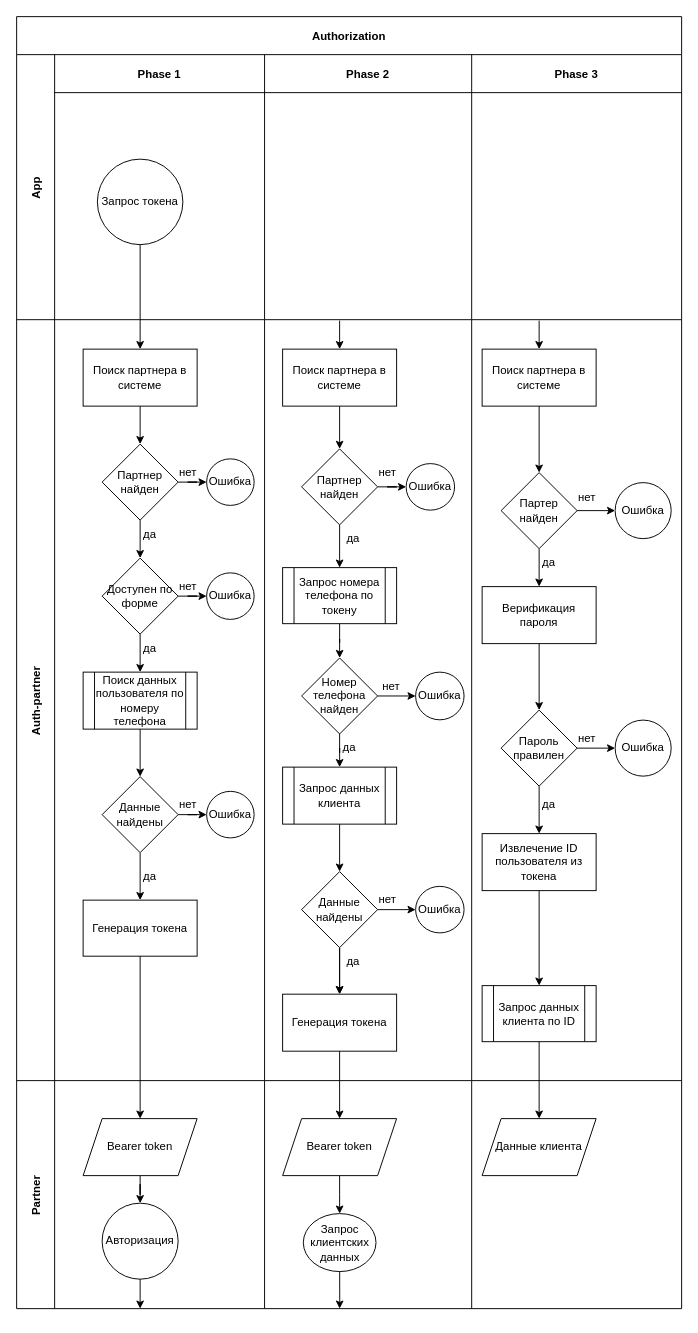
Before: page "Page-2" (2 of 2) of src/Диаграмма без названия.drawio in aesenbekova8/Algorithms, a draw.io diagram. Source tidied: cells renumbered, new cells numbered last; positions are measured from the earlier drawing's top-left corner, leaving out a move shared by most shapes. Both pictures are drawn from the tidied source at 95%, with x=0, y=0 at pixel (16, 16).
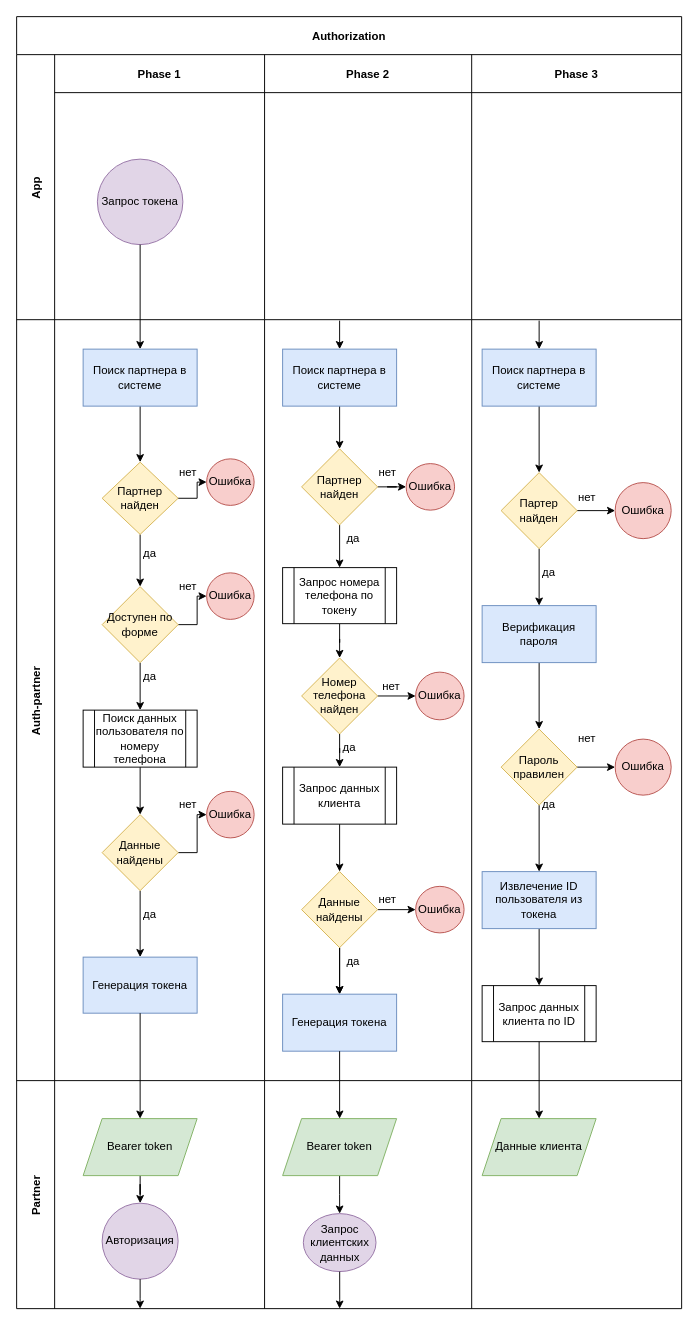
Above is the later version.

Unchanged cells that the change refers to:
```xml
<mxCell id="4" value="Phase 1" style="swimlane;swimlaneHead=0;swimlaneBody=0;fontStyle=0;fillColor=none;startSize=40;fontStyle=1;" parent="3" vertex="1">
  <mxGeometry x="40" width="221" height="279" as="geometry" />
</mxCell>
<mxCell id="9" style="swimlane;swimlaneHead=0;swimlaneBody=0;fontStyle=0;fillColor=none;startSize=0;fontStyle=1;" parent="8" vertex="1">
  <mxGeometry x="40" width="221" height="801" as="geometry" />
</mxCell>
<mxCell id="30" style="swimlane;swimlaneHead=0;swimlaneBody=0;fontStyle=0;fillColor=none;startSize=0;fontStyle=1;" parent="8" vertex="1">
  <mxGeometry x="261" width="218" height="801" as="geometry" />
</mxCell>
<mxCell id="55" style="swimlane;swimlaneHead=0;swimlaneBody=0;fontStyle=0;fillColor=none;startSize=0;fontStyle=1;" parent="8" vertex="1">
  <mxGeometry x="479" width="221" height="801" as="geometry" />
</mxCell>
<mxCell id="73" value="Partner" style="shape=tableRow;horizontal=0;startSize=40;swimlaneHead=0;swimlaneBody=0;top=0;left=0;bottom=0;right=0;fillColor=none;fontStyle=1;" parent="2" vertex="1">
  <mxGeometry y="1120" width="700" height="240" as="geometry" />
</mxCell>
<mxCell id="78" style="swimlane;swimlaneHead=0;swimlaneBody=0;fontStyle=0;fillColor=none;startSize=0;fontStyle=1;" parent="73" vertex="1">
  <mxGeometry x="261" width="218" height="240" as="geometry" />
</mxCell>
<mxCell id="82" style="swimlane;swimlaneHead=0;swimlaneBody=0;fontStyle=0;fillColor=none;startSize=0;fontStyle=1;" parent="73" vertex="1">
  <mxGeometry x="479" width="221" height="240" as="geometry" />
</mxCell>
```

The edit, as a diff of the source:
```diff
@@
-    <mxCell id="5" value="Запрос токена" style="ellipse;whiteSpace=wrap;html=1;" parent="4" vertex="1">
+    <mxCell id="5" value="Запрос токена" style="ellipse;whiteSpace=wrap;html=1;fillColor=#e1d5e7;strokeColor=#9673a6;" parent="4" vertex="1">
       <mxGeometry x="45" y="110" width="90" height="90" as="geometry" />
     </mxCell>
@@
-    <mxCell id="11" value="Поиск партнера в системе" style="rounded=0;whiteSpace=wrap;html=1;" parent="9" vertex="1">
+    <mxCell id="11" value="Поиск партнера в системе" style="rounded=0;whiteSpace=wrap;html=1;fillColor=#dae8fc;strokeColor=#6c8ebf;" parent="9" vertex="1">
       <mxGeometry x="30" y="31" width="120" height="60" as="geometry" />
     </mxCell>
@@
-    <mxCell id="14" value="Партнер найден" style="rhombus;whiteSpace=wrap;html=1;rounded=0;" parent="9" vertex="1">
-      <mxGeometry x="50" y="131" width="80" height="80" as="geometry" />
+    <mxCell id="14" value="Партнер найден" style="rhombus;whiteSpace=wrap;html=1;rounded=0;fillColor=#fff2cc;strokeColor=#d6b656;" parent="9" vertex="1">
+      <mxGeometry x="50" y="150" width="80" height="76" as="geometry" />
     </mxCell>
-    <mxCell id="15" value="Ошибка" style="ellipse;whiteSpace=wrap;html=1;rounded=0;" parent="9" vertex="1">
+    <mxCell id="15" value="Ошибка" style="ellipse;whiteSpace=wrap;html=1;rounded=0;fillColor=#f8cecc;strokeColor=#b85450;" parent="9" vertex="1">
       <mxGeometry x="160" y="146.5" width="50" height="49" as="geometry" />
     </mxCell>
@@
-    <mxCell id="18" value="Доступен по форме" style="rhombus;whiteSpace=wrap;html=1;rounded=0;" parent="9" vertex="1">
-      <mxGeometry x="50" y="251" width="80" height="80" as="geometry" />
+    <mxCell id="18" value="Доступен по форме" style="rhombus;whiteSpace=wrap;html=1;rounded=0;fillColor=#fff2cc;strokeColor=#d6b656;" parent="9" vertex="1">
+      <mxGeometry x="50" y="281" width="80" height="80" as="geometry" />
     </mxCell>
-    <mxCell id="19" value="Ошибка" style="ellipse;whiteSpace=wrap;html=1;rounded=0;" parent="9" vertex="1">
+    <mxCell id="19" value="Ошибка" style="ellipse;whiteSpace=wrap;html=1;rounded=0;fillColor=#f8cecc;strokeColor=#b85450;" parent="9" vertex="1">
       <mxGeometry x="160" y="266.5" width="50" height="49" as="geometry" />
     </mxCell>
@@
     <mxCell id="21" value="Поиск данных пользователя по номеру телефона" style="shape=process;whiteSpace=wrap;html=1;backgroundOutline=1;rounded=0;" parent="9" vertex="1">
-      <mxGeometry x="30" y="371" width="120" height="60" as="geometry" />
+      <mxGeometry x="30" y="411" width="120" height="60" as="geometry" />
     </mxCell>
@@
-    <mxCell id="24" value="Данные найдены" style="rhombus;whiteSpace=wrap;html=1;rounded=0;" parent="9" vertex="1">
-      <mxGeometry x="50" y="481" width="80" height="80" as="geometry" />
+    <mxCell id="24" value="Данные найдены" style="rhombus;whiteSpace=wrap;html=1;rounded=0;fillColor=#fff2cc;strokeColor=#d6b656;" parent="9" vertex="1">
+      <mxGeometry x="50" y="521" width="80" height="80" as="geometry" />
     </mxCell>
-    <mxCell id="25" value="Ошибка" style="ellipse;whiteSpace=wrap;html=1;rounded=0;" parent="9" vertex="1">
+    <mxCell id="25" value="Ошибка" style="ellipse;whiteSpace=wrap;html=1;rounded=0;fillColor=#f8cecc;strokeColor=#b85450;" parent="9" vertex="1">
       <mxGeometry x="160" y="496.5" width="50" height="49" as="geometry" />
     </mxCell>
-    <mxCell id="26" value="Генерация токена" style="rounded=0;whiteSpace=wrap;html=1;" parent="9" vertex="1">
-      <mxGeometry x="30" y="611" width="120" height="59" as="geometry" />
+    <mxCell id="26" value="Генерация токена" style="rounded=0;whiteSpace=wrap;html=1;fillColor=#dae8fc;strokeColor=#6c8ebf;" parent="9" vertex="1">
+      <mxGeometry x="30" y="671" width="120" height="59" as="geometry" />
     </mxCell>
     <mxCell id="27" value="да" style="text;html=1;align=center;verticalAlign=middle;strokeColor=none;fillColor=none;" parent="9" vertex="1">
-      <mxGeometry x="80" y="331" width="40" height="30" as="geometry" />
+      <mxGeometry x="80" y="361" width="40" height="30" as="geometry" />
     </mxCell>
     <mxCell id="28" value="да" style="text;html=1;align=center;verticalAlign=middle;strokeColor=none;fillColor=none;" parent="9" vertex="1">
-      <mxGeometry x="80" y="211" width="40" height="30" as="geometry" />
+      <mxGeometry x="80" y="231" width="40" height="30" as="geometry" />
     </mxCell>
     <mxCell id="29" value="да" style="text;html=1;align=center;verticalAlign=middle;strokeColor=none;fillColor=none;" parent="9" vertex="1">
-      <mxGeometry x="80" y="571" width="40" height="30" as="geometry" />
+      <mxGeometry x="80" y="611" width="40" height="30" as="geometry" />
     </mxCell>
@@
-    <mxCell id="32" value="Поиск партнера в системе" style="whiteSpace=wrap;html=1;" parent="30" vertex="1">
+    <mxCell id="32" value="Поиск партнера в системе" style="whiteSpace=wrap;html=1;fillColor=#dae8fc;strokeColor=#6c8ebf;" parent="30" vertex="1">
       <mxGeometry x="19" y="31" width="120" height="60" as="geometry" />
     </mxCell>
@@
-    <mxCell id="35" value="Партнер найден" style="rhombus;whiteSpace=wrap;html=1;" parent="30" vertex="1">
+    <mxCell id="35" value="Партнер найден" style="rhombus;whiteSpace=wrap;html=1;fillColor=#fff2cc;strokeColor=#d6b656;" parent="30" vertex="1">
       <mxGeometry x="39" y="136" width="80" height="80" as="geometry" />
     </mxCell>
@@
-    <mxCell id="40" value="Номер телефона найден" style="rhombus;whiteSpace=wrap;html=1;" parent="30" vertex="1">
+    <mxCell id="40" value="Номер телефона найден" style="rhombus;whiteSpace=wrap;html=1;fillColor=#fff2cc;strokeColor=#d6b656;" parent="30" vertex="1">
       <mxGeometry x="39" y="356.1" width="80" height="80" as="geometry" />
     </mxCell>
@@
-    <mxCell id="46" value="Данные найдены" style="rhombus;whiteSpace=wrap;html=1;" parent="30" vertex="1">
+    <mxCell id="46" value="Данные найдены" style="rhombus;whiteSpace=wrap;html=1;fillColor=#fff2cc;strokeColor=#d6b656;" parent="30" vertex="1">
       <mxGeometry x="39" y="581" width="80" height="80" as="geometry" />
     </mxCell>
-    <mxCell id="47" value="Генерация токена" style="whiteSpace=wrap;html=1;" parent="30" vertex="1">
+    <mxCell id="47" value="Генерация токена" style="whiteSpace=wrap;html=1;fillColor=#dae8fc;strokeColor=#6c8ebf;" parent="30" vertex="1">
       <mxGeometry x="19" y="710" width="120" height="60" as="geometry" />
     </mxCell>
-    <mxCell id="48" value="Ошибка" style="ellipse;whiteSpace=wrap;html=1;" parent="30" vertex="1">
+    <mxCell id="48" value="Ошибка" style="ellipse;whiteSpace=wrap;html=1;fillColor=#f8cecc;strokeColor=#b85450;" parent="30" vertex="1">
       <mxGeometry x="149" y="151.5" width="51" height="49" as="geometry" />
     </mxCell>
-    <mxCell id="49" value="Ошибка" style="ellipse;whiteSpace=wrap;html=1;" parent="30" vertex="1">
+    <mxCell id="49" value="Ошибка" style="ellipse;whiteSpace=wrap;html=1;fillColor=#f8cecc;strokeColor=#b85450;" parent="30" vertex="1">
       <mxGeometry x="159" y="371" width="51" height="50.2" as="geometry" />
     </mxCell>
-    <mxCell id="50" value="Ошибка" style="ellipse;whiteSpace=wrap;html=1;" parent="30" vertex="1">
+    <mxCell id="50" value="Ошибка" style="ellipse;whiteSpace=wrap;html=1;fillColor=#f8cecc;strokeColor=#b85450;" parent="30" vertex="1">
       <mxGeometry x="159" y="596.5" width="51" height="49" as="geometry" />
     </mxCell>
@@
-    <mxCell id="57" value="Поиск партнера в системе" style="whiteSpace=wrap;html=1;" parent="55" vertex="1">
+    <mxCell id="57" value="Поиск партнера в системе" style="whiteSpace=wrap;html=1;fillColor=#dae8fc;strokeColor=#6c8ebf;" parent="55" vertex="1">
       <mxGeometry x="11" y="31" width="120" height="60" as="geometry" />
     </mxCell>
@@
-    <mxCell id="60" value="Партер найден" style="rhombus;whiteSpace=wrap;html=1;" parent="55" vertex="1">
+    <mxCell id="60" value="Партер найден" style="rhombus;whiteSpace=wrap;html=1;fillColor=#fff2cc;strokeColor=#d6b656;" parent="55" vertex="1">
       <mxGeometry x="31" y="161" width="80" height="80" as="geometry" />
     </mxCell>
@@
-    <mxCell id="62" value="Верификация пароля" style="whiteSpace=wrap;html=1;" parent="55" vertex="1">
-      <mxGeometry x="11" y="281" width="120" height="60" as="geometry" />
+    <mxCell id="62" value="Верификация пароля" style="whiteSpace=wrap;html=1;fillColor=#dae8fc;strokeColor=#6c8ebf;" parent="55" vertex="1">
+      <mxGeometry x="11" y="301" width="120" height="60" as="geometry" />
     </mxCell>
@@
-    <mxCell id="65" value="Пароль правилен" style="rhombus;whiteSpace=wrap;html=1;" parent="55" vertex="1">
-      <mxGeometry x="31" y="411" width="80" height="80" as="geometry" />
+    <mxCell id="65" value="Пароль правилен" style="rhombus;whiteSpace=wrap;html=1;fillColor=#fff2cc;strokeColor=#d6b656;" parent="55" vertex="1">
+      <mxGeometry x="31" y="431" width="80" height="80" as="geometry" />
     </mxCell>
@@
-    <mxCell id="67" value="Извлечение ID пользователя из токена" style="whiteSpace=wrap;html=1;" parent="55" vertex="1">
-      <mxGeometry x="11" y="541" width="120" height="60" as="geometry" />
+    <mxCell id="67" value="Извлечение ID пользователя из токена" style="whiteSpace=wrap;html=1;fillColor=#dae8fc;strokeColor=#6c8ebf;" parent="55" vertex="1">
+      <mxGeometry x="11" y="581" width="120" height="60" as="geometry" />
     </mxCell>
@@
-    <mxCell id="69" value="Ошибка" style="ellipse;whiteSpace=wrap;html=1;" parent="55" vertex="1">
+    <mxCell id="69" value="Ошибка" style="ellipse;whiteSpace=wrap;html=1;fillColor=#f8cecc;strokeColor=#b85450;" parent="55" vertex="1">
       <mxGeometry x="151" y="171.5" width="59" height="59" as="geometry" />
     </mxCell>
-    <mxCell id="70" value="Ошибка" style="ellipse;whiteSpace=wrap;html=1;" parent="55" vertex="1">
-      <mxGeometry x="151" y="421.5" width="59" height="59" as="geometry" />
+    <mxCell id="70" value="Ошибка" style="ellipse;whiteSpace=wrap;html=1;fillColor=#f8cecc;strokeColor=#b85450;" parent="55" vertex="1">
+      <mxGeometry x="151" y="441.5" width="59" height="59" as="geometry" />
     </mxCell>
@@
     <mxCell id="72" value="да" style="text;html=1;align=center;verticalAlign=middle;strokeColor=none;fillColor=none;" parent="55" vertex="1">
-      <mxGeometry x="61" y="241" width="40" height="30" as="geometry" />
+      <mxGeometry x="61" y="251" width="40" height="30" as="geometry" />
     </mxCell>
@@
-    <mxCell id="74" style="swimlane;swimlaneHead=0;swimlaneBody=0;fontStyle=0;fillColor=none;startSize=0;fontStyle=1;" parent="73" vertex="1">
+    <mxCell id="74" style="swimlane;swimlaneHead=0;swimlaneBody=0;fontStyle=0;fillColor=#d5e8d4;startSize=0;fontStyle=1;strokeColor=#82b366;" parent="73" vertex="1">
       <mxGeometry x="40" width="221" height="240" as="geometry" />
     </mxCell>
@@
-    <mxCell id="76" value="Bearer token" style="shape=parallelogram;perimeter=parallelogramPerimeter;whiteSpace=wrap;html=1;fixedSize=1;" parent="74" vertex="1">
+    <mxCell id="76" value="Bearer token" style="shape=parallelogram;perimeter=parallelogramPerimeter;whiteSpace=wrap;html=1;fixedSize=1;fillColor=#d5e8d4;strokeColor=#82b366;" parent="74" vertex="1">
       <mxGeometry x="30" y="40" width="120" height="60" as="geometry" />
     </mxCell>
-    <mxCell id="77" value="Авторизация" style="ellipse;whiteSpace=wrap;html=1;" parent="74" vertex="1">
+    <mxCell id="77" value="Авторизация" style="ellipse;whiteSpace=wrap;html=1;fillColor=#e1d5e7;strokeColor=#9673a6;" parent="74" vertex="1">
       <mxGeometry x="50" y="129" width="80" height="80" as="geometry" />
     </mxCell>
@@
-    <mxCell id="80" value="Bearer token" style="shape=parallelogram;perimeter=parallelogramPerimeter;whiteSpace=wrap;html=1;fixedSize=1;" parent="78" vertex="1">
+    <mxCell id="80" value="Bearer token" style="shape=parallelogram;perimeter=parallelogramPerimeter;whiteSpace=wrap;html=1;fixedSize=1;fillColor=#d5e8d4;strokeColor=#82b366;" parent="78" vertex="1">
       <mxGeometry x="19" y="40" width="120" height="60" as="geometry" />
     </mxCell>
-    <mxCell id="81" value="Запрос клиентских данных" style="ellipse;whiteSpace=wrap;html=1;" parent="78" vertex="1">
+    <mxCell id="81" value="Запрос клиентских данных" style="ellipse;whiteSpace=wrap;html=1;fillColor=#e1d5e7;strokeColor=#9673a6;" parent="78" vertex="1">
       <mxGeometry x="40.8" y="140" width="76.5" height="61" as="geometry" />
     </mxCell>
@@
-    <mxCell id="83" value="Данные клиента" style="shape=parallelogram;perimeter=parallelogramPerimeter;whiteSpace=wrap;html=1;fixedSize=1;" parent="82" vertex="1">
+    <mxCell id="83" value="Данные клиента" style="shape=parallelogram;perimeter=parallelogramPerimeter;whiteSpace=wrap;html=1;fixedSize=1;fillColor=#d5e8d4;strokeColor=#82b366;" parent="82" vertex="1">
       <mxGeometry x="11" y="40" width="120" height="60" as="geometry" />
     </mxCell>
```
